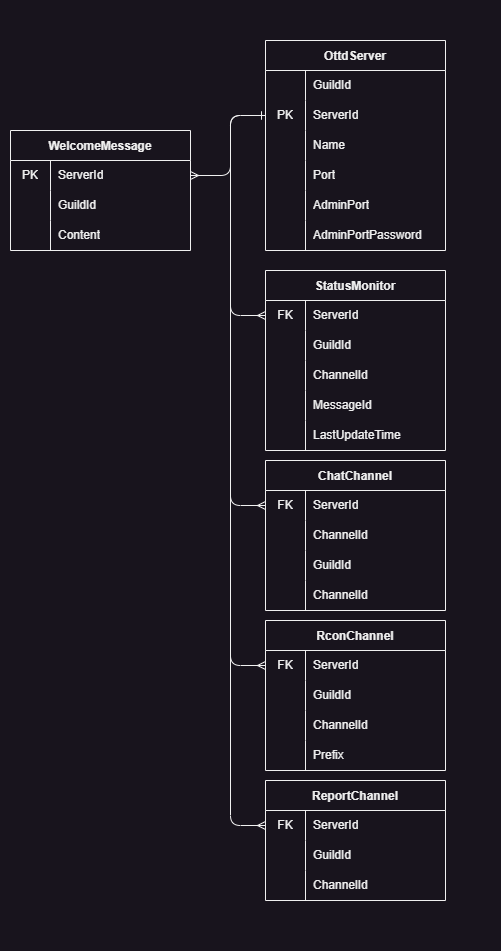
The draw.io diagram docs/database.drawio.png in shoter/OpenttdDiscord, before a commit. Source tidied: cells renumbered, new cells last; positions are measured from the earlier drawing's top-left corner, leaving out a move shared by most shapes.
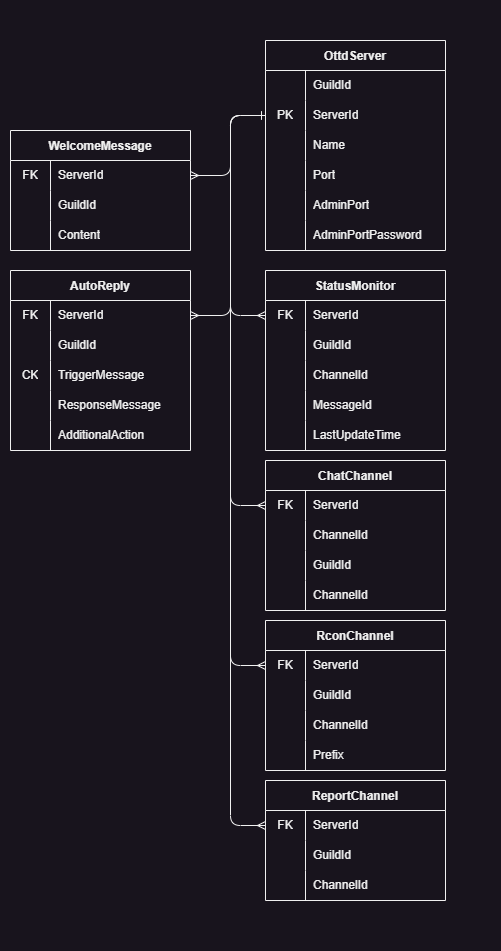
The same file after the commit.

Change to the diagram source:
```diff
@@ -256,7 +256,7 @@
     <mxCell id="79" style="shape=tableRow;horizontal=0;startSize=0;swimlaneHead=0;swimlaneBody=0;top=0;left=0;bottom=0;right=0;fillColor=none;points=[[0,0.5],[1,0.5]];portConstraint=eastwest;fontColor=#F0F0F0;strokeColor=#F0F0F0;" parent="78" vertex="1">
       <mxGeometry y="30" width="180" height="30" as="geometry" />
     </mxCell>
-    <mxCell id="80" value="PK" style="shape=partialRectangle;html=1;whiteSpace=wrap;fillColor=none;top=0;left=0;bottom=0;right=0;overflow=hidden;fontColor=#F0F0F0;strokeColor=#F0F0F0;" parent="79" vertex="1">
+    <mxCell id="80" value="FK" style="shape=partialRectangle;html=1;whiteSpace=wrap;fillColor=none;top=0;left=0;bottom=0;right=0;overflow=hidden;fontColor=#F0F0F0;strokeColor=#F0F0F0;" parent="79" vertex="1">
       <mxGeometry width="40" height="30" as="geometry" />
     </mxCell>
     <mxCell id="81" value="ServerId" style="shape=partialRectangle;html=1;whiteSpace=wrap;fillColor=none;top=0;left=0;bottom=0;right=0;align=left;spacingLeft=6;overflow=hidden;labelBackgroundColor=none;labelBorderColor=none;fontColor=#F0F0F0;strokeColor=#F0F0F0;" parent="79" vertex="1">
@@ -288,5 +288,62 @@
         </Array>
       </mxGeometry>
     </mxCell>
+    <mxCell id="89" value="AutoReply" style="shape=table;startSize=30;rowLines=0;fontStyle=1;fontColor=#F0F0F0;strokeColor=#F0F0F0;fillColor=#18141D;" parent="1" vertex="1">
+      <mxGeometry x="10" y="270" width="180" height="180" as="geometry" />
+    </mxCell>
+    <mxCell id="90" style="shape=tableRow;horizontal=0;startSize=0;swimlaneHead=0;swimlaneBody=0;top=0;left=0;bottom=0;right=0;fillColor=none;points=[[0,0.5],[1,0.5]];portConstraint=eastwest;fontColor=#F0F0F0;strokeColor=#F0F0F0;" parent="89" vertex="1">
+      <mxGeometry y="30" width="180" height="30" as="geometry" />
+    </mxCell>
+    <mxCell id="91" value="FK" style="shape=partialRectangle;html=1;whiteSpace=wrap;fillColor=none;top=0;left=0;bottom=0;right=0;overflow=hidden;fontColor=#F0F0F0;strokeColor=#F0F0F0;" parent="90" vertex="1">
+      <mxGeometry width="40" height="30" as="geometry" />
+    </mxCell>
+    <mxCell id="92" value="ServerId" style="shape=partialRectangle;html=1;whiteSpace=wrap;fillColor=none;top=0;left=0;bottom=0;right=0;align=left;spacingLeft=6;overflow=hidden;labelBackgroundColor=none;labelBorderColor=none;fontColor=#F0F0F0;strokeColor=#F0F0F0;" parent="90" vertex="1">
+      <mxGeometry x="40" width="140" height="30" as="geometry" />
+    </mxCell>
+    <mxCell id="93" style="shape=tableRow;horizontal=0;startSize=0;swimlaneHead=0;swimlaneBody=0;top=0;left=0;bottom=0;right=0;fillColor=none;fontColor=#F0F0F0;strokeColor=#F0F0F0;" parent="89" vertex="1">
+      <mxGeometry y="60" width="180" height="30" as="geometry" />
+    </mxCell>
+    <mxCell id="94" style="shape=partialRectangle;html=1;whiteSpace=wrap;fillColor=none;top=0;left=0;bottom=0;right=0;overflow=hidden;fontColor=#F0F0F0;strokeColor=#F0F0F0;" parent="93" vertex="1">
+      <mxGeometry width="40" height="30" as="geometry" />
+    </mxCell>
+    <mxCell id="95" value="GuildId" style="shape=partialRectangle;html=1;whiteSpace=wrap;fillColor=none;top=0;left=0;bottom=0;right=0;align=left;spacingLeft=6;overflow=hidden;fontColor=#F0F0F0;strokeColor=#F0F0F0;" parent="93" vertex="1">
+      <mxGeometry x="40" width="140" height="30" as="geometry" />
+    </mxCell>
+    <mxCell id="96" style="shape=tableRow;horizontal=0;startSize=0;swimlaneHead=0;swimlaneBody=0;top=0;left=0;bottom=0;right=0;fillColor=none;fontColor=#F0F0F0;strokeColor=#F0F0F0;" parent="89" vertex="1">
+      <mxGeometry y="90" width="180" height="30" as="geometry" />
+    </mxCell>
+    <mxCell id="97" value="CK" style="shape=partialRectangle;html=1;whiteSpace=wrap;fillColor=none;top=0;left=0;bottom=0;right=0;overflow=hidden;fontColor=#F0F0F0;strokeColor=#F0F0F0;" parent="96" vertex="1">
+      <mxGeometry width="40" height="30" as="geometry" />
+    </mxCell>
+    <mxCell id="98" value="TriggerMessage" style="shape=partialRectangle;html=1;whiteSpace=wrap;fillColor=none;top=0;left=0;bottom=0;right=0;align=left;spacingLeft=6;overflow=hidden;fontColor=#F0F0F0;strokeColor=#F0F0F0;" parent="96" vertex="1">
+      <mxGeometry x="40" width="140" height="30" as="geometry" />
+    </mxCell>
+    <mxCell id="99" style="shape=tableRow;horizontal=0;startSize=0;swimlaneHead=0;swimlaneBody=0;top=0;left=0;bottom=0;right=0;fillColor=none;fontColor=#F0F0F0;strokeColor=#F0F0F0;" parent="89" vertex="1">
+      <mxGeometry y="120" width="180" height="30" as="geometry" />
+    </mxCell>
+    <mxCell id="100" style="shape=partialRectangle;html=1;whiteSpace=wrap;fillColor=none;top=0;left=0;bottom=0;right=0;overflow=hidden;fontColor=#F0F0F0;strokeColor=#F0F0F0;" parent="99" vertex="1">
+      <mxGeometry width="40" height="30" as="geometry" />
+    </mxCell>
+    <mxCell id="101" value="ResponseMessage" style="shape=partialRectangle;html=1;whiteSpace=wrap;fillColor=none;top=0;left=0;bottom=0;right=0;align=left;spacingLeft=6;overflow=hidden;fontColor=#F0F0F0;strokeColor=#F0F0F0;" parent="99" vertex="1">
+      <mxGeometry x="40" width="140" height="30" as="geometry" />
+    </mxCell>
+    <mxCell id="102" style="shape=tableRow;horizontal=0;startSize=0;swimlaneHead=0;swimlaneBody=0;top=0;left=0;bottom=0;right=0;fillColor=none;fontColor=#F0F0F0;strokeColor=#F0F0F0;" parent="89" vertex="1">
+      <mxGeometry y="150" width="180" height="30" as="geometry" />
+    </mxCell>
+    <mxCell id="103" style="shape=partialRectangle;html=1;whiteSpace=wrap;fillColor=none;top=0;left=0;bottom=0;right=0;overflow=hidden;fontColor=#F0F0F0;strokeColor=#F0F0F0;" parent="102" vertex="1">
+      <mxGeometry width="40" height="30" as="geometry" />
+    </mxCell>
+    <mxCell id="104" value="AdditionalAction" style="shape=partialRectangle;html=1;whiteSpace=wrap;fillColor=none;top=0;left=0;bottom=0;right=0;align=left;spacingLeft=6;overflow=hidden;fontColor=#F0F0F0;strokeColor=#F0F0F0;" parent="102" vertex="1">
+      <mxGeometry x="40" width="140" height="30" as="geometry" />
+    </mxCell>
+    <mxCell id="105" style="endArrow=ERone;html=1;exitX=1;exitY=0.5;exitDx=0;exitDy=0;startArrow=ERmany;startFill=0;endFill=0;entryX=0;entryY=0.5;entryDx=0;entryDy=0;fontColor=#F0F0F0;strokeColor=#F0F0F0;" parent="1" edge="1" source="90">
+      <mxGeometry relative="1" as="geometry">
+        <mxPoint x="265" y="115" as="targetPoint" />
+        <Array as="points">
+          <mxPoint x="230" y="315" />
+          <mxPoint x="230" y="115" />
+        </Array>
+      </mxGeometry>
+    </mxCell>
   </root>
 </mxGraphModel>
```
